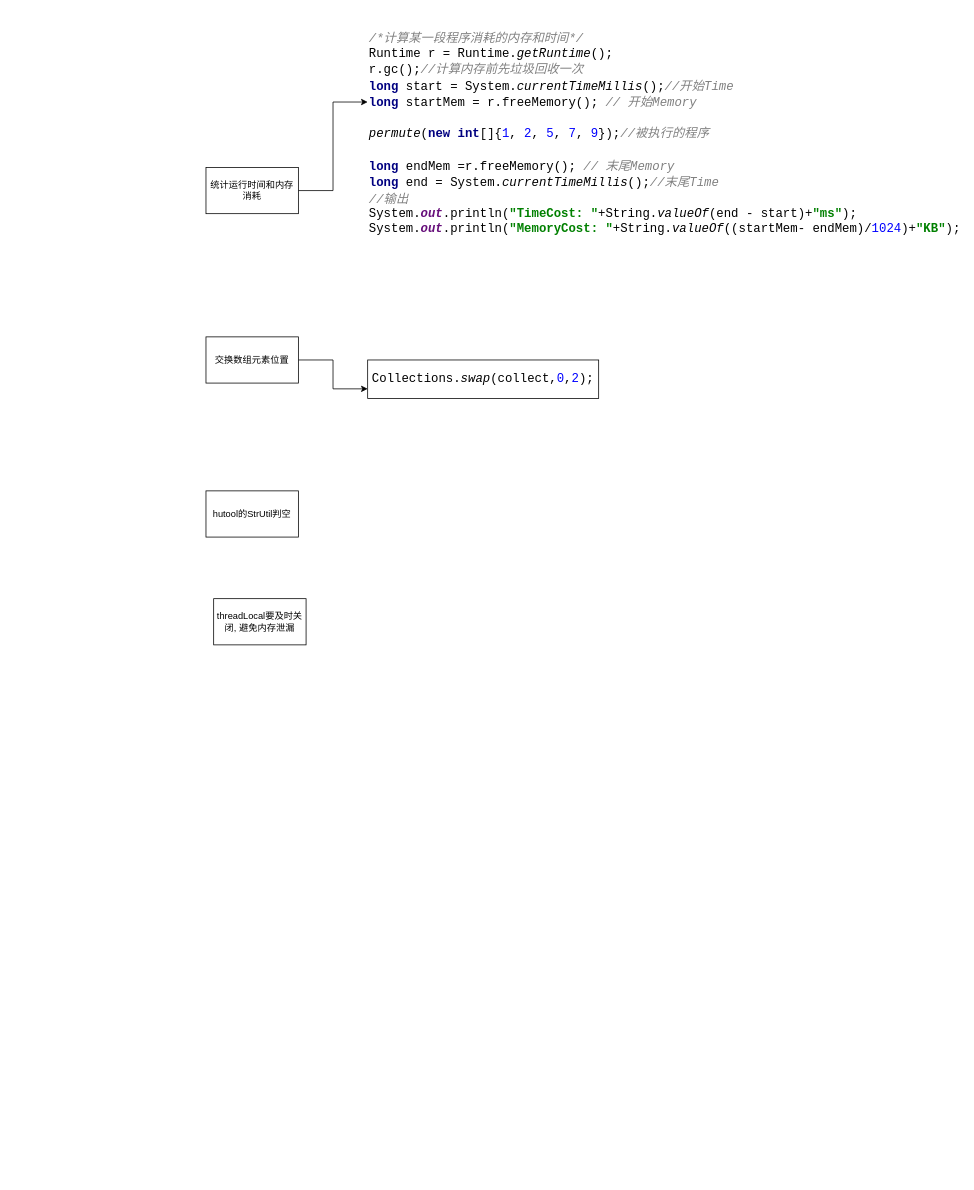
sunhcer/test keeps this draw.io diagram as page "工具" (2 of 2) of learn.drawio. Above is the earlier version. Source tidied: cells renumbered, new cells numbered last; positions are measured from the earlier drawing's top-left corner, leaving out a move shared by most shapes. Both pictures are drawn from the tidied source at 77%, with x=0, y=0 at pixel (206, 13).
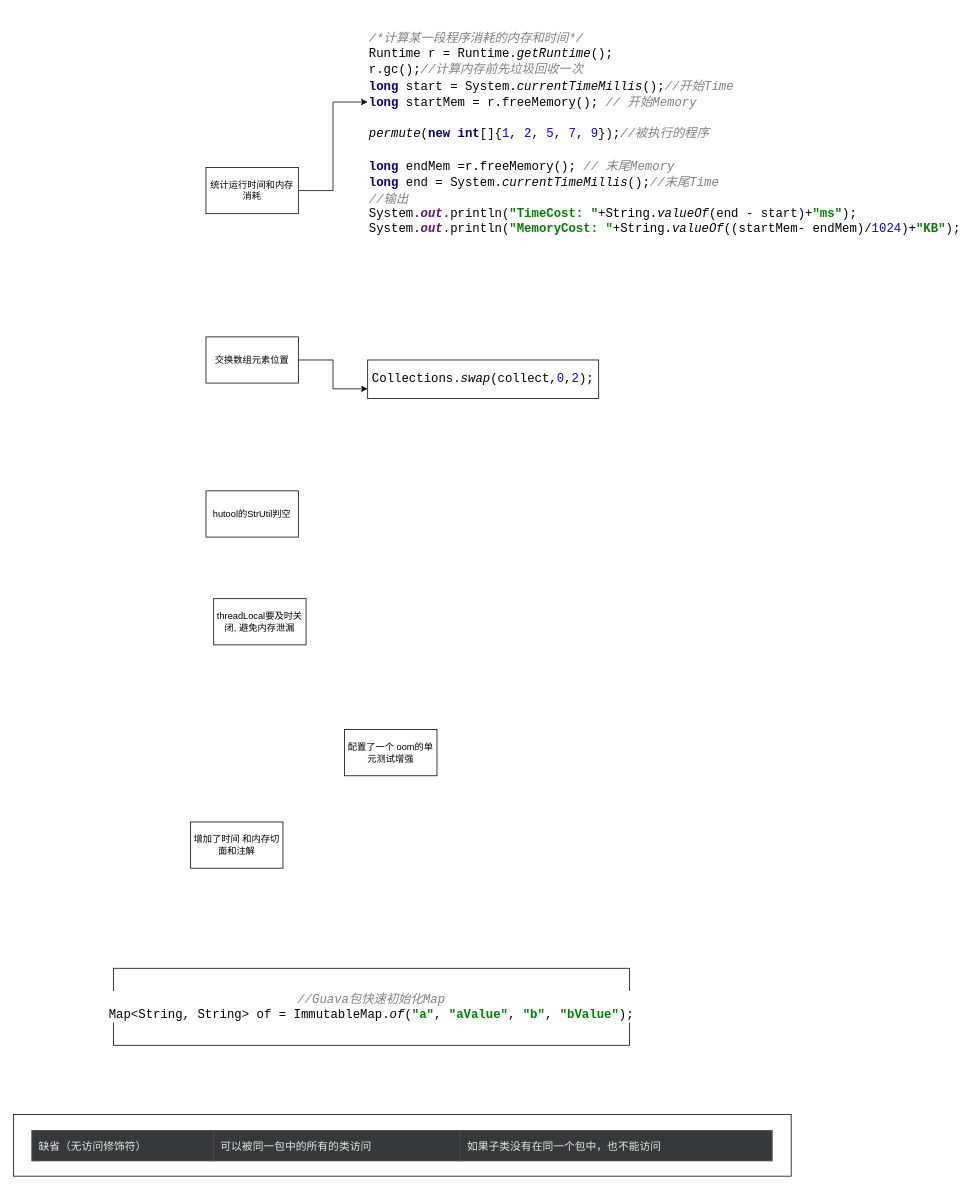
After the change.

The edit, as a diff of the source:
```diff
@@
 <mxGraphModel>
   <root>
     <mxCell id="0" />
     <mxCell id="1" parent="0" />
     <mxCell id="2" style="edgeStyle=orthogonalEdgeStyle;rounded=0;jettySize=auto;html=1;exitX=1;exitY=0.5;exitDx=0;exitDy=0;" parent="1" edge="1" source="3" target="4">
       <mxGeometry relative="1" as="geometry" />
     </mxCell>
     <mxCell id="3" value="统计运行时间和内存消耗" style="rounded=0;whiteSpace=wrap;html=1;" parent="1" vertex="1">
       <mxGeometry y="200" width="120" height="60" as="geometry" />
     </mxCell>
     <mxCell id="4" value="&lt;pre style=&quot;background-color: #ffffff ; color: #000000 ; font-family: &amp;quot;consolas&amp;quot; ; font-size: 12.0pt&quot;&gt;&lt;span style=&quot;color: #808080 ; font-style: italic&quot;&gt;/*&lt;/span&gt;&lt;span style=&quot;color: #808080 ; font-style: italic ; font-family: &amp;quot;arial&amp;quot;&quot;&gt;计算某一段程序消耗的内存和时间&lt;/span&gt;&lt;span style=&quot;color: #808080 ; font-style: italic&quot;&gt;*/&lt;br&gt;&lt;/span&gt;Runtime r = Runtime.&lt;span style=&quot;font-style: italic&quot;&gt;getRuntime&lt;/span&gt;();&lt;br&gt;r.gc();&lt;span style=&quot;color: #808080 ; font-style: italic&quot;&gt;//&lt;/span&gt;&lt;span style=&quot;color: #808080 ; font-style: italic ; font-family: &amp;quot;arial&amp;quot;&quot;&gt;计算内存前先垃圾回收一次&lt;br&gt;&lt;/span&gt;&lt;span style=&quot;color: #000080 ; font-weight: bold&quot;&gt;long &lt;/span&gt;start = System.&lt;span style=&quot;font-style: italic&quot;&gt;currentTimeMillis&lt;/span&gt;();&lt;span style=&quot;color: #808080 ; font-style: italic&quot;&gt;//&lt;/span&gt;&lt;span style=&quot;color: #808080 ; font-style: italic ; font-family: &amp;quot;arial&amp;quot;&quot;&gt;开始&lt;/span&gt;&lt;span style=&quot;color: #808080 ; font-style: italic&quot;&gt;Time&lt;br&gt;&lt;/span&gt;&lt;span style=&quot;color: #000080 ; font-weight: bold&quot;&gt;long &lt;/span&gt;startMem = r.freeMemory(); &lt;span style=&quot;color: #808080 ; font-style: italic&quot;&gt;// &lt;/span&gt;&lt;span style=&quot;color: #808080 ; font-style: italic ; font-family: &amp;quot;arial&amp;quot;&quot;&gt;开始&lt;/span&gt;&lt;span style=&quot;color: #808080 ; font-style: italic&quot;&gt;Memory&lt;br&gt;&lt;/span&gt;&lt;span style=&quot;color: #808080 ; font-style: italic&quot;&gt;&lt;br&gt;&lt;/span&gt;&lt;span style=&quot;font-style: italic&quot;&gt;permute&lt;/span&gt;(&lt;span style=&quot;color: #000080 ; font-weight: bold&quot;&gt;new int&lt;/span&gt;[]{&lt;span style=&quot;color: #0000ff&quot;&gt;1&lt;/span&gt;, &lt;span style=&quot;color: #0000ff&quot;&gt;2&lt;/span&gt;, &lt;span style=&quot;color: #0000ff&quot;&gt;5&lt;/span&gt;, &lt;span style=&quot;color: #0000ff&quot;&gt;7&lt;/span&gt;, &lt;span style=&quot;color: #0000ff&quot;&gt;9&lt;/span&gt;});&lt;span style=&quot;color: #808080 ; font-style: italic&quot;&gt;//&lt;/span&gt;&lt;span style=&quot;color: #808080 ; font-style: italic ; font-family: &amp;quot;arial&amp;quot;&quot;&gt;被执行的程序&lt;br&gt;&lt;/span&gt;&lt;span style=&quot;color: #808080 ; font-style: italic ; font-family: &amp;quot;arial&amp;quot;&quot;&gt;&lt;br&gt;&lt;/span&gt;&lt;span style=&quot;color: #000080 ; font-weight: bold&quot;&gt;long &lt;/span&gt;endMem =r.freeMemory(); &lt;span style=&quot;color: #808080 ; font-style: italic&quot;&gt;// &lt;/span&gt;&lt;span style=&quot;color: #808080 ; font-style: italic ; font-family: &amp;quot;arial&amp;quot;&quot;&gt;末尾&lt;/span&gt;&lt;span style=&quot;color: #808080 ; font-style: italic&quot;&gt;Memory&lt;br&gt;&lt;/span&gt;&lt;span style=&quot;color: #000080 ; font-weight: bold&quot;&gt;long &lt;/span&gt;end = System.&lt;span style=&quot;font-style: italic&quot;&gt;currentTimeMillis&lt;/span&gt;();&lt;span style=&quot;color: #808080 ; font-style: italic&quot;&gt;//&lt;/span&gt;&lt;span style=&quot;color: #808080 ; font-style: italic ; font-family: &amp;quot;arial&amp;quot;&quot;&gt;末尾&lt;/span&gt;&lt;span style=&quot;color: #808080 ; font-style: italic&quot;&gt;Time&lt;br&gt;&lt;/span&gt;&lt;span style=&quot;color: #808080 ; font-style: italic&quot;&gt;//&lt;/span&gt;&lt;span style=&quot;color: #808080 ; font-style: italic ; font-family: &amp;quot;arial&amp;quot;&quot;&gt;输出&lt;br&gt;&lt;/span&gt;System.&lt;span style=&quot;color: #660e7a ; font-weight: bold ; font-style: italic&quot;&gt;out&lt;/span&gt;.println(&lt;span style=&quot;color: #008000 ; font-weight: bold&quot;&gt;&quot;TimeCost: &quot;&lt;/span&gt;+String.&lt;span style=&quot;font-style: italic&quot;&gt;valueOf&lt;/span&gt;(end - start)+&lt;span style=&quot;color: #008000 ; font-weight: bold&quot;&gt;&quot;ms&quot;&lt;/span&gt;);&lt;br&gt;System.&lt;span style=&quot;color: #660e7a ; font-weight: bold ; font-style: italic&quot;&gt;out&lt;/span&gt;.println(&lt;span style=&quot;color: #008000 ; font-weight: bold&quot;&gt;&quot;MemoryCost: &quot;&lt;/span&gt;+String.&lt;span style=&quot;font-style: italic&quot;&gt;valueOf&lt;/span&gt;((startMem- endMem)/&lt;span style=&quot;color: #0000ff&quot;&gt;1024&lt;/span&gt;)+&lt;span style=&quot;color: #008000 ; font-weight: bold&quot;&gt;&quot;KB&quot;&lt;/span&gt;);&lt;/pre&gt;" style="text;whiteSpace=wrap;html=1;" parent="1" vertex="1">
       <mxGeometry x="210" width="550" height="230" as="geometry" />
     </mxCell>
     <mxCell id="5" style="edgeStyle=orthogonalEdgeStyle;rounded=0;jettySize=auto;html=1;entryX=0;entryY=0.75;entryDx=0;entryDy=0;" parent="1" edge="1" source="6" target="7">
       <mxGeometry relative="1" as="geometry" />
     </mxCell>
     <mxCell id="6" value="交换数组元素位置" style="rounded=0;whiteSpace=wrap;html=1;" parent="1" vertex="1">
       <mxGeometry y="420" width="120" height="60" as="geometry" />
     </mxCell>
     <mxCell id="7" value="&lt;pre style=&quot;background-color: rgb(255 , 255 , 255) ; font-family: &amp;#34;consolas&amp;#34; ; font-size: 12pt&quot;&gt;Collections.&lt;span style=&quot;font-style: italic&quot;&gt;swap&lt;/span&gt;(collect,&lt;span style=&quot;color: #0000ff&quot;&gt;0&lt;/span&gt;,&lt;span style=&quot;color: #0000ff&quot;&gt;2&lt;/span&gt;);&lt;/pre&gt;" style="rounded=0;whiteSpace=wrap;html=1;" parent="1" vertex="1">
       <mxGeometry x="210" y="450" width="300" height="50" as="geometry" />
     </mxCell>
     <mxCell id="8" value="hutool的StrUtil判空" style="rounded=0;whiteSpace=wrap;html=1;" parent="1" vertex="1">
       <mxGeometry y="620" width="120" height="60" as="geometry" />
     </mxCell>
     <mxCell id="9" value="threadLocal要及时关闭, 避免内存泄漏" style="rounded=0;whiteSpace=wrap;html=1;" parent="1" vertex="1">
       <mxGeometry x="10" y="760" width="120" height="60" as="geometry" />
     </mxCell>
+    <mxCell id="10" value="配置了一个 oom的单元测试增强" style="rounded=0;whiteSpace=wrap;html=1;" parent="1" vertex="1">
+      <mxGeometry x="180" y="930" width="120" height="60" as="geometry" />
+    </mxCell>
+    <mxCell id="11" value="增加了时间 和内存切面和注解" style="rounded=0;whiteSpace=wrap;html=1;" parent="1" vertex="1">
+      <mxGeometry x="-20" y="1050" width="120" height="60" as="geometry" />
+    </mxCell>
+    <mxCell id="12" value="&lt;pre style=&quot;background-color: rgb(255 , 255 , 255) ; font-family: &amp;#34;consolas&amp;#34; ; font-size: 12pt&quot;&gt;&lt;span style=&quot;color: #808080 ; font-style: italic&quot;&gt;//Guava&lt;/span&gt;&lt;span style=&quot;color: #808080 ; font-style: italic ; font-family: &amp;#34;arial&amp;#34;&quot;&gt;包快速初始化&lt;/span&gt;&lt;span style=&quot;color: #808080 ; font-style: italic&quot;&gt;Map&lt;br&gt;&lt;/span&gt;Map&amp;lt;String, String&amp;gt; of = ImmutableMap.&lt;span style=&quot;font-style: italic&quot;&gt;of&lt;/span&gt;(&lt;span style=&quot;color: #008000 ; font-weight: bold&quot;&gt;&quot;a&quot;&lt;/span&gt;, &lt;span style=&quot;color: #008000 ; font-weight: bold&quot;&gt;&quot;aValue&quot;&lt;/span&gt;, &lt;span style=&quot;color: #008000 ; font-weight: bold&quot;&gt;&quot;b&quot;&lt;/span&gt;, &lt;span style=&quot;color: #008000 ; font-weight: bold&quot;&gt;&quot;bValue&quot;&lt;/span&gt;);&lt;/pre&gt;" style="rounded=0;whiteSpace=wrap;html=1;" parent="1" vertex="1">
+      <mxGeometry x="-120" y="1240" width="670" height="100" as="geometry" />
+    </mxCell>
+    <mxCell id="13" value="&lt;table border=&quot;0&quot; cellspacing=&quot;0&quot; cellpadding=&quot;0&quot; style=&quot;outline: 0px ; border-collapse: collapse ; border-spacing: 0px ; background: rgb(53 , 57 , 59) ; color: rgb(235 , 231 , 224) ; width: 962px ; text-align: left ; margin-bottom: 0px ; margin-left: auto ; margin-right: auto ; overflow-wrap: break-word ; font-family: , &amp;#34;sf ui text&amp;#34; , &amp;#34;arial&amp;#34; , &amp;#34;pingfang sc&amp;#34; , &amp;#34;hiragino sans gb&amp;#34; , &amp;#34;microsoft yahei&amp;#34; , &amp;#34;wenquanyi micro hei&amp;#34; , sans-serif , &amp;#34;simhei&amp;#34; , &amp;#34;simsun&amp;#34; ; font-size: 16px&quot;&gt;&lt;tbody style=&quot;box-sizing: border-box ; outline: 0px ; border: 0px ; overflow-wrap: break-word&quot;&gt;&lt;tr style=&quot;box-sizing: border-box ; outline: 0px ; border-width: 1px 0px 0px ; border-top-style: solid ; border-top-color: rgb(80 , 80 , 80) ; background-color: rgb(54 , 57 , 59) ; overflow-wrap: break-word&quot;&gt;&lt;td style=&quot;box-sizing: border-box ; outline: 0px ; padding: 8px ; margin: 0px ; overflow-wrap: break-word ; border: 1px solid rgb(80 , 80 , 80) ; font-size: 14px ; line-height: 22px&quot;&gt;&lt;p style=&quot;box-sizing: border-box ; outline: 0px ; margin: 0px ; padding: 0px ; overflow: auto hidden ; line-height: 22px ; overflow-wrap: break-word&quot;&gt;缺省（无访问修饰符）&lt;/p&gt;&lt;/td&gt;&lt;td style=&quot;box-sizing: border-box ; outline: 0px ; padding: 8px ; margin: 0px ; overflow-wrap: break-word ; border: 1px solid rgb(80 , 80 , 80) ; font-size: 14px ; line-height: 22px&quot;&gt;&lt;p style=&quot;box-sizing: border-box ; outline: 0px ; margin: 0px ; padding: 0px ; overflow: auto hidden ; line-height: 22px ; overflow-wrap: break-word&quot;&gt;可以被同一包中的所有的类访问&lt;/p&gt;&lt;/td&gt;&lt;td style=&quot;box-sizing: border-box ; outline: 0px ; padding: 8px ; margin: 0px ; overflow-wrap: break-word ; border: 1px solid rgb(80 , 80 , 80) ; font-size: 14px ; line-height: 22px&quot;&gt;&lt;p style=&quot;box-sizing: border-box ; outline: 0px ; margin: 0px ; padding: 0px ; overflow: auto hidden ; line-height: 22px ; overflow-wrap: break-word&quot;&gt;如果子类没有在同一个包中，也不能访问&lt;/p&gt;&lt;/td&gt;&lt;/tr&gt;&lt;/tbody&gt;&lt;/table&gt;" style="rounded=0;whiteSpace=wrap;html=1;" parent="1" vertex="1">
+      <mxGeometry x="-250" y="1430" width="1010" height="80" as="geometry" />
+    </mxCell>
   </root>
 </mxGraphModel>
```
